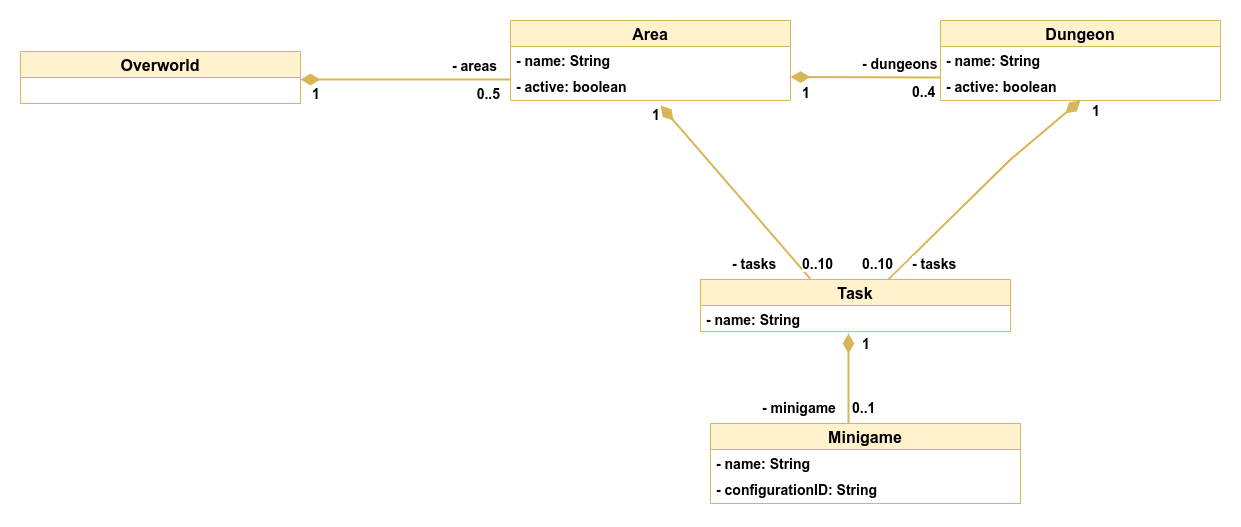
The draw.io diagram dev-manuals/services/overworld/class-diagram/overworld-class-diagram.png in Gamify-IT/docs, before a commit. Source tidied: cells renumbered, new cells last; positions are measured from the earlier drawing's top-left corner, leaving out a move shared by most shapes.
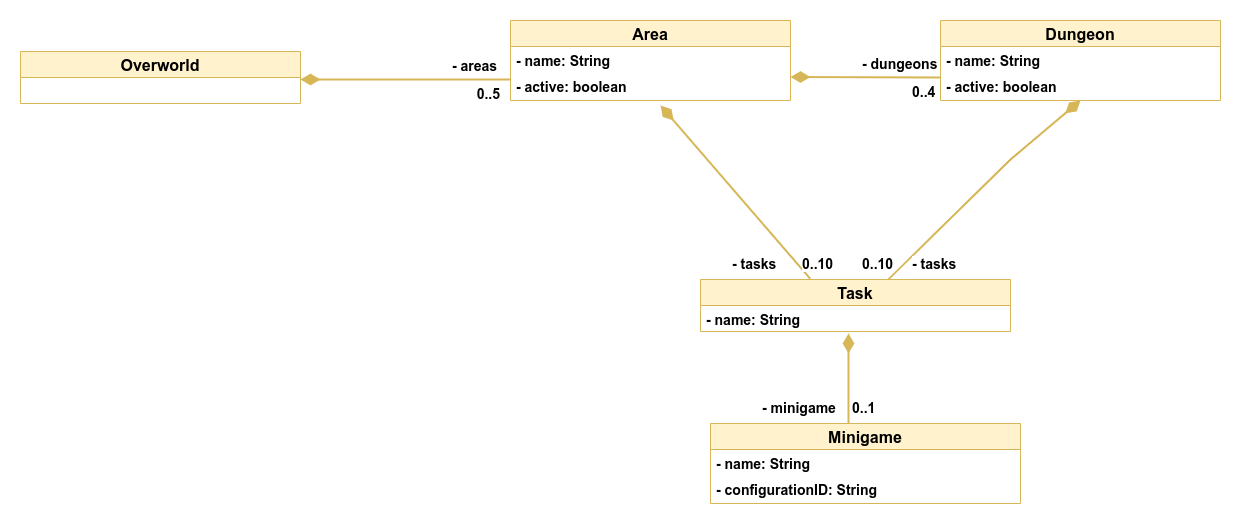
After the commit.

Commit message:
removed multiplicities were we do not need bidirectional

The edit, as a diff of the source:
```diff
@@ -26,11 +26,6 @@
         </Array>
       </mxGeometry>
     </mxCell>
-    <mxCell id="8" value="1" style="html=1;align=left;verticalAlign=top;labelBackgroundColor=#ffffff;fontSize=14;fontStyle=1;" parent="7" vertex="1">
-      <mxGeometry x="-1" relative="1" as="geometry">
-        <mxPoint x="10" as="offset" />
-      </mxGeometry>
-    </mxCell>
     <mxCell id="9" value="Dungeon" style="swimlane;fontStyle=1;horizontal=1;startSize=26;fillColor=#fff2cc;strokeColor=#d6b656;fontSize=16;" parent="1" vertex="1">
       <mxGeometry x="920" width="280" height="80" as="geometry" />
     </mxCell>
@@ -46,7 +41,7 @@
         <mxPoint x="920" y="57" as="targetPoint" />
       </mxGeometry>
     </mxCell>
-    <mxCell id="13" value="1" style="html=1;align=left;verticalAlign=top;labelBackgroundColor=#ffffff;fontSize=14;fontStyle=1;" parent="12" vertex="1">
+    <mxCell id="13" style="html=1;align=left;verticalAlign=top;labelBackgroundColor=#ffffff;fontSize=14;fontStyle=1;" parent="12" vertex="1">
       <mxGeometry x="-1" relative="1" as="geometry">
         <mxPoint x="10" y="1" as="offset" />
       </mxGeometry>
@@ -69,11 +64,6 @@
     <mxCell id="19" style="endArrow=none;html=1;endSize=12;startArrow=diamondThin;startSize=14;startFill=1;strokeWidth=2;fontSize=14;fillColor=#fff2cc;strokeColor=#d6b656;endFill=0;fontStyle=1;rounded=0;entryX=0.354;entryY=-0.015;entryDx=0;entryDy=0;exitX=0.536;exitY=1.179;exitDx=0;exitDy=0;exitPerimeter=0;entryPerimeter=0;" parent="1" edge="1" source="5" target="17">
       <mxGeometry relative="1" as="geometry" />
     </mxCell>
-    <mxCell id="20" value="1" style="html=1;align=left;verticalAlign=top;labelBackgroundColor=#ffffff;fontSize=14;fontStyle=1;" parent="19" vertex="1">
-      <mxGeometry x="-1" relative="1" as="geometry">
-        <mxPoint x="-10" y="-5" as="offset" />
-      </mxGeometry>
-    </mxCell>
     <mxCell id="21" style="endArrow=none;html=1;endSize=12;startArrow=diamondThin;startSize=14;startFill=1;strokeWidth=2;fontSize=14;fillColor=#fff2cc;strokeColor=#d6b656;endFill=0;fontStyle=1;rounded=0;entryX=0.607;entryY=-0.007;entryDx=0;entryDy=0;exitX=1;exitY=0;exitDx=0;exitDy=0;entryPerimeter=0;" parent="1" edge="1" target="17">
       <mxGeometry relative="1" as="geometry">
         <mxPoint x="1060" y="80" as="sourcePoint" />
@@ -82,11 +72,6 @@
         </Array>
       </mxGeometry>
     </mxCell>
-    <mxCell id="22" value="1" style="html=1;align=left;verticalAlign=top;labelBackgroundColor=#ffffff;fontSize=14;fontStyle=1;" parent="21" vertex="1">
-      <mxGeometry x="-1" relative="1" as="geometry">
-        <mxPoint x="10" y="-4" as="offset" />
-      </mxGeometry>
-    </mxCell>
     <mxCell id="23" value="&lt;span style=&quot;color: rgb(0 , 0 , 0) ; font-family: &amp;#34;helvetica&amp;#34; ; font-size: 14px ; font-style: normal ; font-weight: 700 ; letter-spacing: normal ; text-align: right ; text-indent: 0px ; text-transform: none ; word-spacing: 0px ; background-color: rgb(255 , 255 , 255) ; display: inline ; float: none&quot;&gt;- tasks&lt;/span&gt;" style="text;whiteSpace=wrap;html=1;" parent="1" vertex="1">
       <mxGeometry x="710" y="229" width="120" height="30" as="geometry" />
     </mxCell>
@@ -111,11 +96,6 @@
         <mxPoint x="828" y="403" as="targetPoint" />
       </mxGeometry>
     </mxCell>
-    <mxCell id="30" value="1" style="html=1;align=left;verticalAlign=top;labelBackgroundColor=#ffffff;fontSize=14;fontStyle=1;" parent="29" vertex="1">
-      <mxGeometry x="-1" relative="1" as="geometry">
-        <mxPoint x="12" y="-4" as="offset" />
-      </mxGeometry>
-    </mxCell>
     <mxCell id="31" value="0..1" style="html=1;align=left;verticalAlign=top;labelBackgroundColor=#ffffff;fontSize=14;fontStyle=1;" parent="1" vertex="1">
       <mxGeometry x="830" y="373" as="geometry" />
     </mxCell>
```
